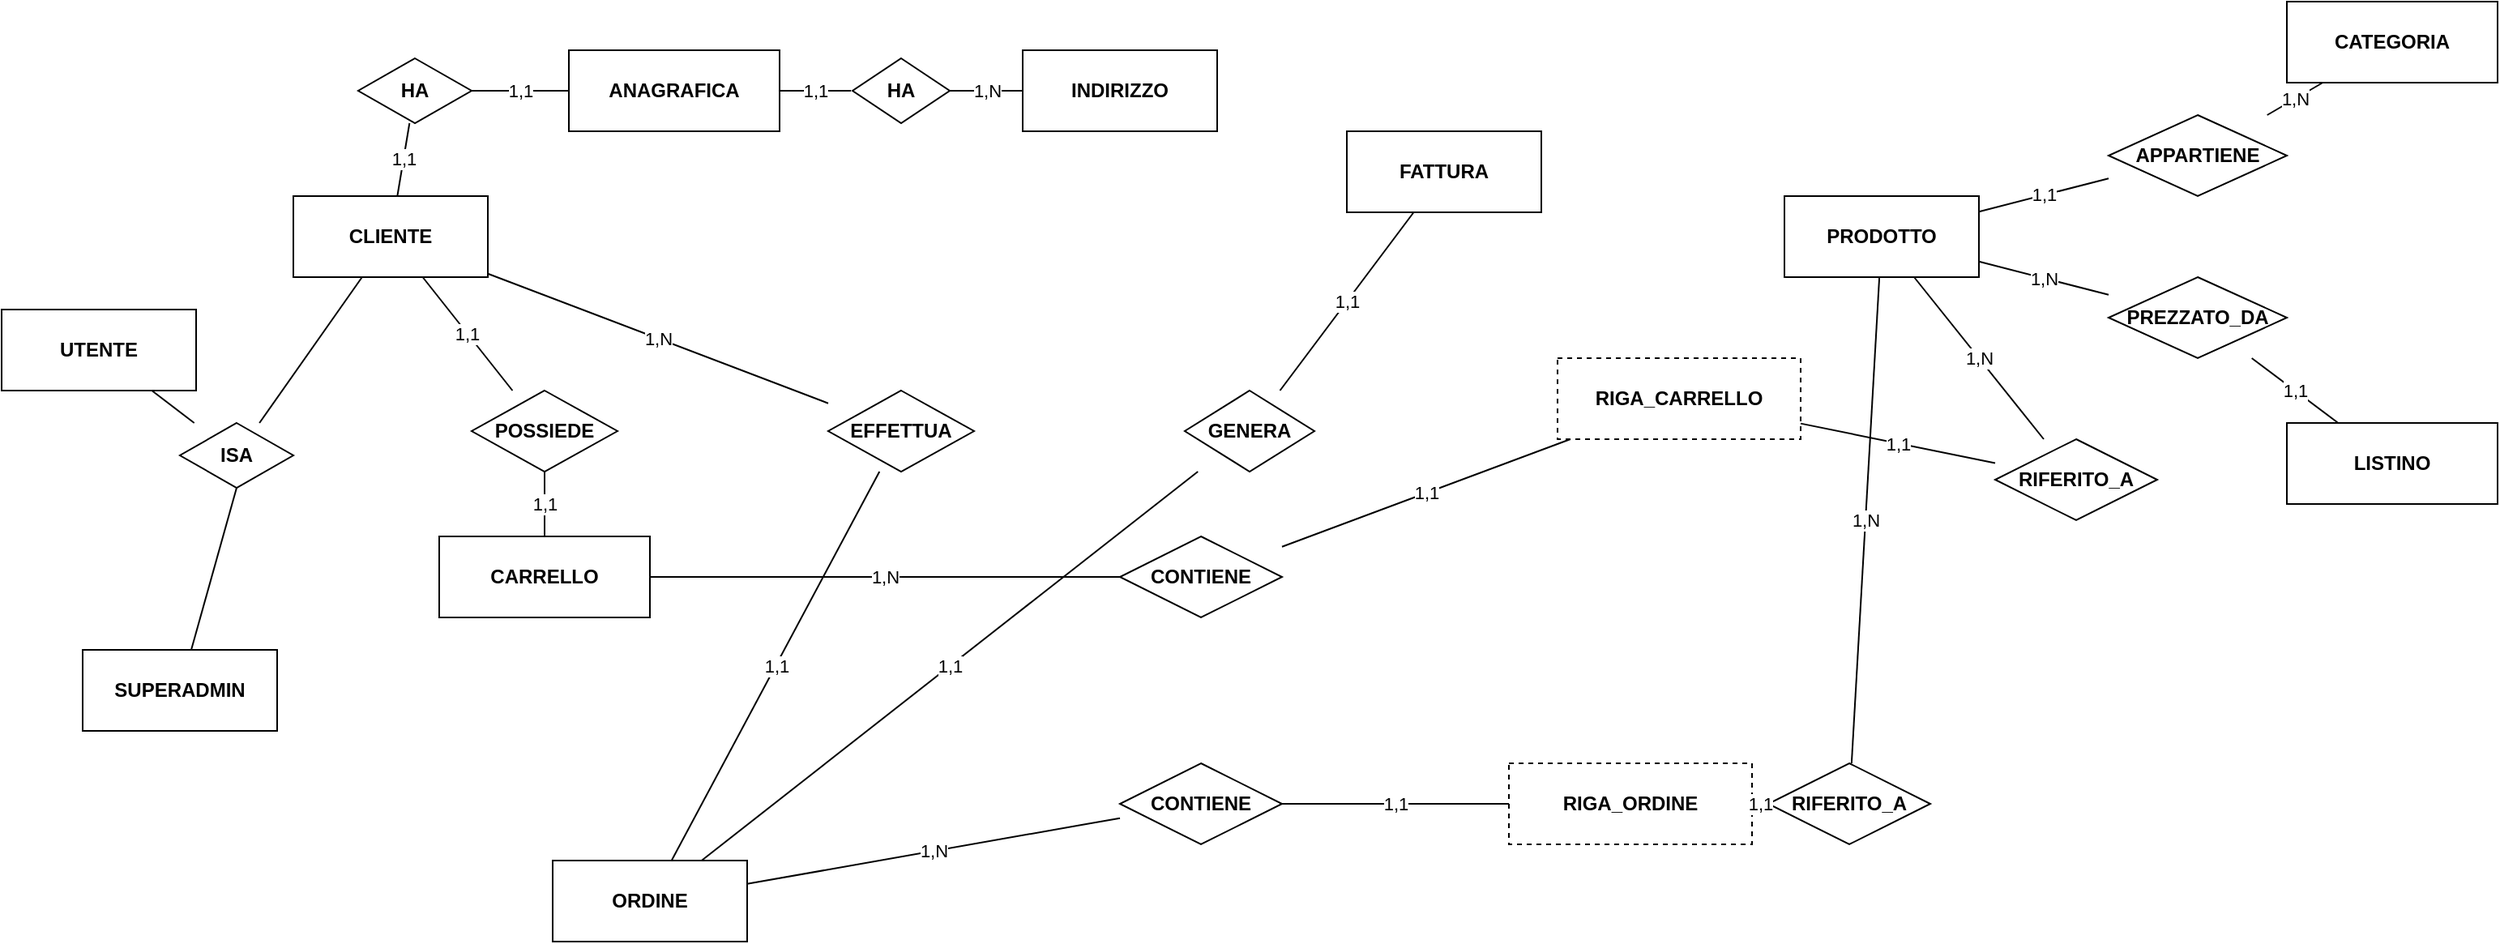
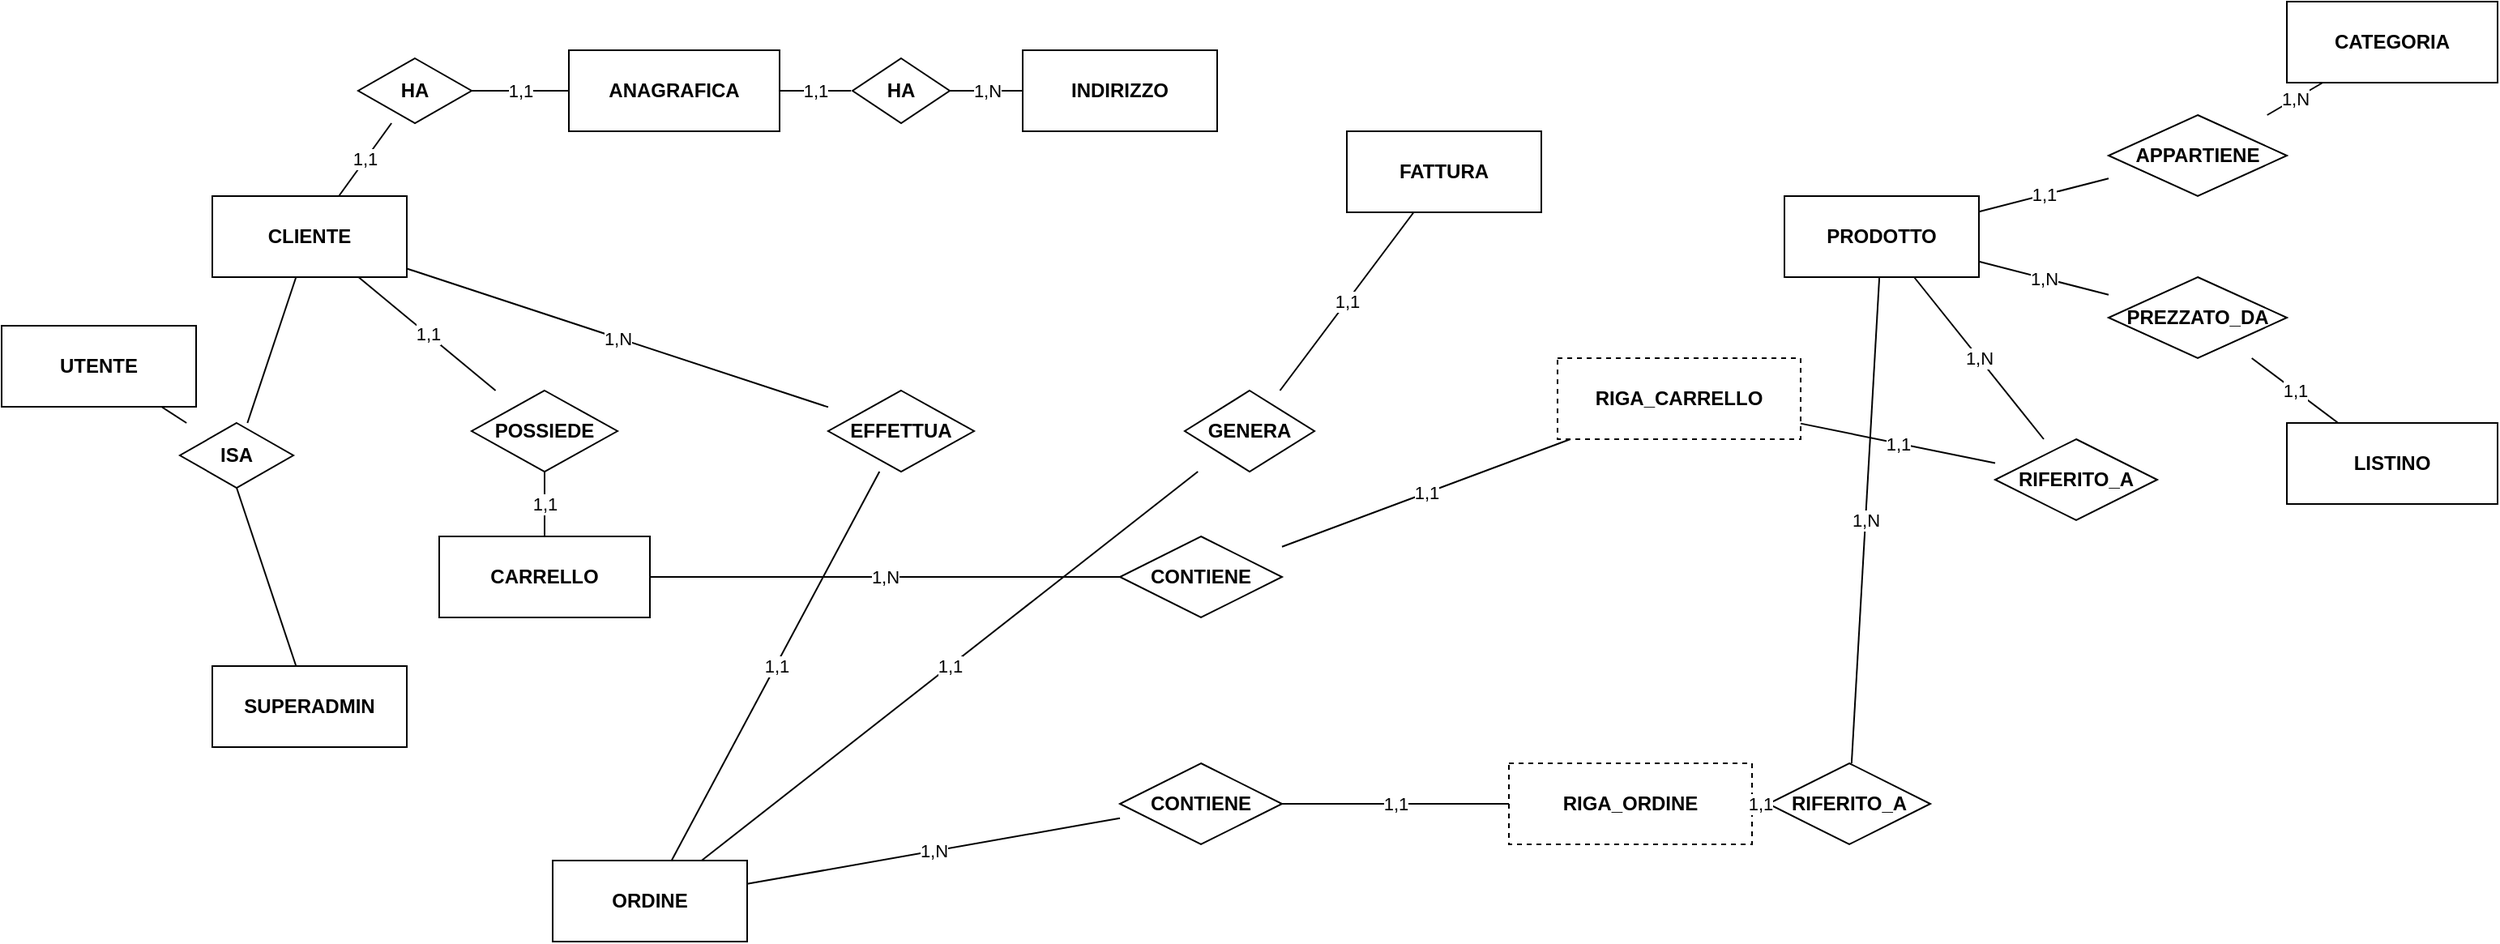
- <mxfile scale="1" border="0"><diagram name="Ecommerce Chen Model" id="0"><mxGraphModel dx="1050" dy="587" grid="1" gridSize="10" guides="1" tooltips="1" connect="1" arrows="1" fold="1" page="1" pageScale="1" pageWidth="1600" pageHeight="1000" math="0" shadow="0"><root><mxCell id="0"/><mxCell id="1" parent="0"/><mxCell id="utente" value="UTENTE" style="shape=rectangle;whiteSpace=wrap;html=1;rounded=0;fontStyle=1;" parent="1" vertex="1"><mxGeometry x="30" y="220" width="120" height="50" as="geometry"/></mxCell><mxCell id="cliente" value="CLIENTE" style="shape=rectangle;whiteSpace=wrap;html=1;rounded=0;fontStyle=1;" parent="1" vertex="1"><mxGeometry x="210" y="150" width="120" height="50" as="geometry"/></mxCell><mxCell id="superadmin" value="SUPERADMIN" style="shape=rectangle;whiteSpace=wrap;html=1;rounded=0;fontStyle=1;" parent="1" vertex="1"><mxGeometry x="80" y="430" width="120" height="50" as="geometry"/></mxCell><mxCell id="anagrafica" value="ANAGRAFICA" style="shape=rectangle;whiteSpace=wrap;html=1;rounded=0;fontStyle=1;" parent="1" vertex="1"><mxGeometry x="380" y="60" width="130" height="50" as="geometry"/></mxCell><mxCell id="indirizzo" value="INDIRIZZO" style="shape=rectangle;whiteSpace=wrap;html=1;rounded=0;fontStyle=1;" parent="1" vertex="1"><mxGeometry x="660" y="60" width="120" height="50" as="geometry"/></mxCell><mxCell id="carrello" value="CARRELLO" style="shape=rectangle;whiteSpace=wrap;html=1;rounded=0;fontStyle=1;" parent="1" vertex="1"><mxGeometry x="300" y="360" width="130" height="50" as="geometry"/></mxCell><mxCell id="ordine" value="ORDINE" style="shape=rectangle;whiteSpace=wrap;html=1;rounded=0;fontStyle=1;" parent="1" vertex="1"><mxGeometry x="370" y="560" width="120" height="50" as="geometry"/></mxCell><mxCell id="fattura" value="FATTURA" style="shape=rectangle;whiteSpace=wrap;html=1;rounded=0;fontStyle=1;" parent="1" vertex="1"><mxGeometry x="860" y="110" width="120" height="50" as="geometry"/></mxCell><mxCell id="prodotto" value="PRODOTTO" style="shape=rectangle;whiteSpace=wrap;html=1;rounded=0;fontStyle=1;" parent="1" vertex="1"><mxGeometry x="1130" y="150" width="120" height="50" as="geometry"/></mxCell><mxCell id="categoria" value="CATEGORIA" style="shape=rectangle;whiteSpace=wrap;html=1;rounded=0;fontStyle=1;" parent="1" vertex="1"><mxGeometry x="1440" y="30" width="130" height="50" as="geometry"/></mxCell><mxCell id="listino" value="LISTINO" style="shape=rectangle;whiteSpace=wrap;html=1;rounded=0;fontStyle=1;" parent="1" vertex="1"><mxGeometry x="1440" y="290" width="130" height="50" as="geometry"/></mxCell><mxCell id="rigacarrello" value="RIGA_CARRELLO" style="shape=rectangle;whiteSpace=wrap;html=1;rounded=0;fontStyle=1;dashed=1;" parent="1" vertex="1"><mxGeometry x="990" y="250" width="150" height="50" as="geometry"/></mxCell><mxCell id="rigaordine" value="RIGA_ORDINE" style="shape=rectangle;whiteSpace=wrap;html=1;rounded=0;fontStyle=1;dashed=1;" parent="1" vertex="1"><mxGeometry x="960" y="500" width="150" height="50" as="geometry"/></mxCell><mxCell id="r_is_a_cli" value="ISA" style="shape=rhombus;whiteSpace=wrap;html=1;fontStyle=1;" parent="1" vertex="1"><mxGeometry x="140" y="290" width="70" height="40" as="geometry"/></mxCell><mxCell id="r_has_anag" value="HA" style="shape=rhombus;whiteSpace=wrap;html=1;fontStyle=1;" parent="1" vertex="1"><mxGeometry x="250" y="65" width="70" height="40" as="geometry"/></mxCell><mxCell id="r_has_ind" value="HA" style="shape=rhombus;whiteSpace=wrap;html=1;fontStyle=1;" parent="1" vertex="1"><mxGeometry x="555" y="65" width="60" height="40" as="geometry"/></mxCell><mxCell id="r_possiede" value="POSSIEDE" style="shape=rhombus;whiteSpace=wrap;html=1;fontStyle=1;" parent="1" vertex="1"><mxGeometry x="320" y="270" width="90" height="50" as="geometry"/></mxCell><mxCell id="r_effettua" value="EFFETTUA" style="shape=rhombus;whiteSpace=wrap;html=1;fontStyle=1;" parent="1" vertex="1"><mxGeometry x="540" y="270" width="90" height="50" as="geometry"/></mxCell><mxCell id="r_genera" value="GENERA" style="shape=rhombus;whiteSpace=wrap;html=1;fontStyle=1;" parent="1" vertex="1"><mxGeometry x="760" y="270" width="80" height="50" as="geometry"/></mxCell><mxCell id="r_contiene_car" value="CONTIENE" style="shape=rhombus;whiteSpace=wrap;html=1;fontStyle=1;" parent="1" vertex="1"><mxGeometry x="720" y="360" width="100" height="50" as="geometry"/></mxCell><mxCell id="r_rif_car" value="RIFERITO_A" style="shape=rhombus;whiteSpace=wrap;html=1;fontStyle=1;" parent="1" vertex="1"><mxGeometry x="1260" y="300" width="100" height="50" as="geometry"/></mxCell><mxCell id="r_contiene_ord" value="CONTIENE" style="shape=rhombus;whiteSpace=wrap;html=1;fontStyle=1;" parent="1" vertex="1"><mxGeometry x="720" y="500" width="100" height="50" as="geometry"/></mxCell><mxCell id="r_rif_ord" value="RIFERITO_A" style="shape=rhombus;whiteSpace=wrap;html=1;fontStyle=1;" parent="1" vertex="1"><mxGeometry x="1120" y="500" width="100" height="50" as="geometry"/></mxCell><mxCell id="r_appartiene" value="APPARTIENE" style="shape=rhombus;whiteSpace=wrap;html=1;fontStyle=1;" parent="1" vertex="1"><mxGeometry x="1330" y="100" width="110" height="50" as="geometry"/></mxCell><mxCell id="r_prezzato" value="PREZZATO_DA" style="shape=rhombus;whiteSpace=wrap;html=1;fontStyle=1;" parent="1" vertex="1"><mxGeometry x="1330" y="200" width="110" height="50" as="geometry"/></mxCell><mxCell id="e1" style="endArrow=none;html=1;" parent="1" source="utente" target="r_is_a_cli" edge="1"><mxGeometry relative="1" as="geometry"/></mxCell><mxCell id="e2" style="endArrow=none;html=1;" parent="1" source="r_is_a_cli" target="cliente" edge="1"><mxGeometry relative="1" as="geometry"/></mxCell><mxCell id="e4" style="endArrow=none;html=1;exitX=0.5;exitY=1;exitDx=0;exitDy=0;" parent="1" source="r_is_a_cli" target="superadmin" edge="1"><mxGeometry relative="1" as="geometry"><mxPoint x="124.09090909090924" y="420" as="sourcePoint"/></mxGeometry></mxCell><mxCell id="e5" value="1,1" style="endArrow=none;html=1;labelBackgroundColor=#ffffff;" parent="1" source="cliente" target="r_has_anag" edge="1"><mxGeometry relative="1" as="geometry"/></mxCell><mxCell id="e6" value="1,1" style="endArrow=none;html=1;labelBackgroundColor=#ffffff;" parent="1" source="r_has_anag" target="anagrafica" edge="1"><mxGeometry relative="1" as="geometry"/></mxCell><mxCell id="e7" value="1,1" style="endArrow=none;html=1;labelBackgroundColor=#ffffff;exitX=1;exitY=0.5;exitDx=0;exitDy=0;" parent="1" source="anagrafica" edge="1"><mxGeometry relative="1" as="geometry"><mxPoint x="509" y="85" as="sourcePoint"/><mxPoint x="554" y="85" as="targetPoint"/></mxGeometry></mxCell><mxCell id="e8" value="1,N" style="endArrow=none;html=1;labelBackgroundColor=#ffffff;" parent="1" source="r_has_ind" target="indirizzo" edge="1"><mxGeometry relative="1" as="geometry"/></mxCell><mxCell id="e9" value="1,1" style="endArrow=none;html=1;labelBackgroundColor=#ffffff;" parent="1" source="cliente" target="r_possiede" edge="1"><mxGeometry relative="1" as="geometry"/></mxCell><mxCell id="e10" value="1,1" style="endArrow=none;html=1;labelBackgroundColor=#ffffff;" parent="1" source="r_possiede" target="carrello" edge="1"><mxGeometry relative="1" as="geometry"/></mxCell><mxCell id="e11" value="1,N" style="endArrow=none;html=1;labelBackgroundColor=#ffffff;" parent="1" source="cliente" target="r_effettua" edge="1"><mxGeometry relative="1" as="geometry"/></mxCell><mxCell id="e12" value="1,1" style="endArrow=none;html=1;labelBackgroundColor=#ffffff;" parent="1" source="r_effettua" target="ordine" edge="1"><mxGeometry relative="1" as="geometry"/></mxCell><mxCell id="e13" value="1,1" style="endArrow=none;html=1;labelBackgroundColor=#ffffff;" parent="1" source="ordine" target="r_genera" edge="1"><mxGeometry relative="1" as="geometry"/></mxCell><mxCell id="e14" value="1,1" style="endArrow=none;html=1;labelBackgroundColor=#ffffff;" parent="1" source="r_genera" target="fattura" edge="1"><mxGeometry relative="1" as="geometry"/></mxCell><mxCell id="e15" value="1,N" style="endArrow=none;html=1;labelBackgroundColor=#ffffff;" parent="1" source="carrello" target="r_contiene_car" edge="1"><mxGeometry relative="1" as="geometry"/></mxCell><mxCell id="e16" value="1,1" style="endArrow=none;html=1;labelBackgroundColor=#ffffff;" parent="1" source="r_contiene_car" target="rigacarrello" edge="1"><mxGeometry relative="1" as="geometry"/></mxCell><mxCell id="e17" value="1,N" style="endArrow=none;html=1;labelBackgroundColor=#ffffff;" parent="1" source="prodotto" target="r_rif_car" edge="1"><mxGeometry relative="1" as="geometry"/></mxCell><mxCell id="e18" value="1,1" style="endArrow=none;html=1;labelBackgroundColor=#ffffff;" parent="1" source="r_rif_car" target="rigacarrello" edge="1"><mxGeometry relative="1" as="geometry"/></mxCell><mxCell id="e19" value="1,N" style="endArrow=none;html=1;labelBackgroundColor=#ffffff;" parent="1" source="ordine" target="r_contiene_ord" edge="1"><mxGeometry relative="1" as="geometry"/></mxCell><mxCell id="e20" value="1,1" style="endArrow=none;html=1;labelBackgroundColor=#ffffff;" parent="1" source="r_contiene_ord" target="rigaordine" edge="1"><mxGeometry relative="1" as="geometry"/></mxCell><mxCell id="e21" value="1,N" style="endArrow=none;html=1;labelBackgroundColor=#ffffff;" parent="1" source="prodotto" target="r_rif_ord" edge="1"><mxGeometry relative="1" as="geometry"/></mxCell><mxCell id="e22" value="1,1" style="endArrow=none;html=1;labelBackgroundColor=#ffffff;" parent="1" source="r_rif_ord" target="rigaordine" edge="1"><mxGeometry relative="1" as="geometry"/></mxCell><mxCell id="e23" value="1,N" style="endArrow=none;html=1;labelBackgroundColor=#ffffff;" parent="1" source="categoria" target="r_appartiene" edge="1"><mxGeometry relative="1" as="geometry"/></mxCell><mxCell id="e24" value="1,1" style="endArrow=none;html=1;labelBackgroundColor=#ffffff;" parent="1" source="r_appartiene" target="prodotto" edge="1"><mxGeometry relative="1" as="geometry"/></mxCell><mxCell id="e25" value="1,N" style="endArrow=none;html=1;labelBackgroundColor=#ffffff;" parent="1" source="prodotto" target="r_prezzato" edge="1"><mxGeometry relative="1" as="geometry"/></mxCell><mxCell id="e26" value="1,1" style="endArrow=none;html=1;labelBackgroundColor=#ffffff;" parent="1" source="r_prezzato" target="listino" edge="1"><mxGeometry relative="1" as="geometry"/></mxCell></root></mxGraphModel></diagram></mxfile>+ <mxfile host="Electron">
+   <diagram name="Ecommerce Chen Model" id="0">
+     <mxGraphModel dx="1873" dy="1169" grid="1" gridSize="10" guides="1" tooltips="1" connect="1" arrows="1" fold="1" page="1" pageScale="1" pageWidth="1600" pageHeight="1000" math="0" shadow="0">
+       <root>
+         <mxCell id="0" />
+         <mxCell id="1" parent="0" />
+         <mxCell id="utente" parent="1" style="shape=rectangle;whiteSpace=wrap;html=1;rounded=0;fontStyle=1;" value="UTENTE" vertex="1">
+           <mxGeometry height="50" width="120" x="30" y="410" as="geometry" />
+         </mxCell>
+         <mxCell id="cliente" parent="1" style="shape=rectangle;whiteSpace=wrap;html=1;rounded=0;fontStyle=1;" value="CLIENTE" vertex="1">
+           <mxGeometry height="50" width="120" x="160" y="330" as="geometry" />
+         </mxCell>
+         <mxCell id="superadmin" parent="1" style="shape=rectangle;whiteSpace=wrap;html=1;rounded=0;fontStyle=1;" value="SUPERADMIN" vertex="1">
+           <mxGeometry height="50" width="120" x="160" y="620" as="geometry" />
+         </mxCell>
+         <mxCell id="anagrafica" parent="1" style="shape=rectangle;whiteSpace=wrap;html=1;rounded=0;fontStyle=1;" value="ANAGRAFICA" vertex="1">
+           <mxGeometry height="50" width="130" x="380" y="240" as="geometry" />
+         </mxCell>
+         <mxCell id="indirizzo" parent="1" style="shape=rectangle;whiteSpace=wrap;html=1;rounded=0;fontStyle=1;" value="INDIRIZZO" vertex="1">
+           <mxGeometry height="50" width="120" x="660" y="240" as="geometry" />
+         </mxCell>
+         <mxCell id="carrello" parent="1" style="shape=rectangle;whiteSpace=wrap;html=1;rounded=0;fontStyle=1;" value="CARRELLO" vertex="1">
+           <mxGeometry height="50" width="130" x="300" y="540" as="geometry" />
+         </mxCell>
+         <mxCell id="ordine" parent="1" style="shape=rectangle;whiteSpace=wrap;html=1;rounded=0;fontStyle=1;" value="ORDINE" vertex="1">
+           <mxGeometry height="50" width="120" x="370" y="740" as="geometry" />
+         </mxCell>
+         <mxCell id="fattura" parent="1" style="shape=rectangle;whiteSpace=wrap;html=1;rounded=0;fontStyle=1;" value="FATTURA" vertex="1">
+           <mxGeometry height="50" width="120" x="860" y="290" as="geometry" />
+         </mxCell>
+         <mxCell id="prodotto" parent="1" style="shape=rectangle;whiteSpace=wrap;html=1;rounded=0;fontStyle=1;" value="PRODOTTO" vertex="1">
+           <mxGeometry height="50" width="120" x="1130" y="330" as="geometry" />
+         </mxCell>
+         <mxCell id="categoria" parent="1" style="shape=rectangle;whiteSpace=wrap;html=1;rounded=0;fontStyle=1;" value="CATEGORIA" vertex="1">
+           <mxGeometry height="50" width="130" x="1440" y="210" as="geometry" />
+         </mxCell>
+         <mxCell id="listino" parent="1" style="shape=rectangle;whiteSpace=wrap;html=1;rounded=0;fontStyle=1;" value="LISTINO" vertex="1">
+           <mxGeometry height="50" width="130" x="1440" y="470" as="geometry" />
+         </mxCell>
+         <mxCell id="rigacarrello" parent="1" style="shape=rectangle;whiteSpace=wrap;html=1;rounded=0;fontStyle=1;dashed=1;" value="RIGA_CARRELLO" vertex="1">
+           <mxGeometry height="50" width="150" x="990" y="430" as="geometry" />
+         </mxCell>
+         <mxCell id="rigaordine" parent="1" style="shape=rectangle;whiteSpace=wrap;html=1;rounded=0;fontStyle=1;dashed=1;" value="RIGA_ORDINE" vertex="1">
+           <mxGeometry height="50" width="150" x="960" y="680" as="geometry" />
+         </mxCell>
+         <mxCell id="r_is_a_cli" parent="1" style="shape=rhombus;whiteSpace=wrap;html=1;fontStyle=1;" value="ISA" vertex="1">
+           <mxGeometry height="40" width="70" x="140" y="470" as="geometry" />
+         </mxCell>
+         <mxCell id="r_has_anag" parent="1" style="shape=rhombus;whiteSpace=wrap;html=1;fontStyle=1;" value="HA" vertex="1">
+           <mxGeometry height="40" width="70" x="250" y="245" as="geometry" />
+         </mxCell>
+         <mxCell id="r_has_ind" parent="1" style="shape=rhombus;whiteSpace=wrap;html=1;fontStyle=1;" value="HA" vertex="1">
+           <mxGeometry height="40" width="60" x="555" y="245" as="geometry" />
+         </mxCell>
+         <mxCell id="r_possiede" parent="1" style="shape=rhombus;whiteSpace=wrap;html=1;fontStyle=1;" value="POSSIEDE" vertex="1">
+           <mxGeometry height="50" width="90" x="320" y="450" as="geometry" />
+         </mxCell>
+         <mxCell id="r_effettua" parent="1" style="shape=rhombus;whiteSpace=wrap;html=1;fontStyle=1;" value="EFFETTUA" vertex="1">
+           <mxGeometry height="50" width="90" x="540" y="450" as="geometry" />
+         </mxCell>
+         <mxCell id="r_genera" parent="1" style="shape=rhombus;whiteSpace=wrap;html=1;fontStyle=1;" value="GENERA" vertex="1">
+           <mxGeometry height="50" width="80" x="760" y="450" as="geometry" />
+         </mxCell>
+         <mxCell id="r_contiene_car" parent="1" style="shape=rhombus;whiteSpace=wrap;html=1;fontStyle=1;" value="CONTIENE" vertex="1">
+           <mxGeometry height="50" width="100" x="720" y="540" as="geometry" />
+         </mxCell>
+         <mxCell id="r_rif_car" parent="1" style="shape=rhombus;whiteSpace=wrap;html=1;fontStyle=1;" value="RIFERITO_A" vertex="1">
+           <mxGeometry height="50" width="100" x="1260" y="480" as="geometry" />
+         </mxCell>
+         <mxCell id="r_contiene_ord" parent="1" style="shape=rhombus;whiteSpace=wrap;html=1;fontStyle=1;" value="CONTIENE" vertex="1">
+           <mxGeometry height="50" width="100" x="720" y="680" as="geometry" />
+         </mxCell>
+         <mxCell id="r_rif_ord" parent="1" style="shape=rhombus;whiteSpace=wrap;html=1;fontStyle=1;" value="RIFERITO_A" vertex="1">
+           <mxGeometry height="50" width="100" x="1120" y="680" as="geometry" />
+         </mxCell>
+         <mxCell id="r_appartiene" parent="1" style="shape=rhombus;whiteSpace=wrap;html=1;fontStyle=1;" value="APPARTIENE" vertex="1">
+           <mxGeometry height="50" width="110" x="1330" y="280" as="geometry" />
+         </mxCell>
+         <mxCell id="r_prezzato" parent="1" style="shape=rhombus;whiteSpace=wrap;html=1;fontStyle=1;" value="PREZZATO_DA" vertex="1">
+           <mxGeometry height="50" width="110" x="1330" y="380" as="geometry" />
+         </mxCell>
+         <mxCell id="e1" edge="1" parent="1" source="utente" style="endArrow=none;html=1;" target="r_is_a_cli">
+           <mxGeometry relative="1" as="geometry" />
+         </mxCell>
+         <mxCell id="e2" edge="1" parent="1" source="r_is_a_cli" style="endArrow=none;html=1;" target="cliente">
+           <mxGeometry relative="1" as="geometry" />
+         </mxCell>
+         <mxCell id="e4" edge="1" parent="1" source="r_is_a_cli" style="endArrow=none;html=1;exitX=0.5;exitY=1;exitDx=0;exitDy=0;" target="superadmin">
+           <mxGeometry relative="1" as="geometry">
+             <mxPoint x="124.09090909090924" y="600" as="sourcePoint" />
+           </mxGeometry>
+         </mxCell>
+         <mxCell id="e5" edge="1" parent="1" source="cliente" style="endArrow=none;html=1;labelBackgroundColor=#ffffff;" target="r_has_anag" value="1,1">
+           <mxGeometry relative="1" as="geometry" />
+         </mxCell>
+         <mxCell id="e6" edge="1" parent="1" source="r_has_anag" style="endArrow=none;html=1;labelBackgroundColor=#ffffff;" target="anagrafica" value="1,1">
+           <mxGeometry relative="1" as="geometry" />
+         </mxCell>
+         <mxCell id="e7" edge="1" parent="1" source="anagrafica" style="endArrow=none;html=1;labelBackgroundColor=#ffffff;exitX=1;exitY=0.5;exitDx=0;exitDy=0;" value="1,1">
+           <mxGeometry relative="1" as="geometry">
+             <mxPoint x="509" y="265" as="sourcePoint" />
+             <mxPoint x="554" y="265" as="targetPoint" />
+           </mxGeometry>
+         </mxCell>
+         <mxCell id="e8" edge="1" parent="1" source="r_has_ind" style="endArrow=none;html=1;labelBackgroundColor=#ffffff;" target="indirizzo" value="1,N">
+           <mxGeometry relative="1" as="geometry" />
+         </mxCell>
+         <mxCell id="e9" edge="1" parent="1" source="cliente" style="endArrow=none;html=1;labelBackgroundColor=#ffffff;" target="r_possiede" value="1,1">
+           <mxGeometry relative="1" as="geometry" />
+         </mxCell>
+         <mxCell id="e10" edge="1" parent="1" source="r_possiede" style="endArrow=none;html=1;labelBackgroundColor=#ffffff;" target="carrello" value="1,1">
+           <mxGeometry relative="1" as="geometry" />
+         </mxCell>
+         <mxCell id="e11" edge="1" parent="1" source="cliente" style="endArrow=none;html=1;labelBackgroundColor=#ffffff;" target="r_effettua" value="1,N">
+           <mxGeometry relative="1" as="geometry" />
+         </mxCell>
+         <mxCell id="e12" edge="1" parent="1" source="r_effettua" style="endArrow=none;html=1;labelBackgroundColor=#ffffff;" target="ordine" value="1,1">
+           <mxGeometry relative="1" as="geometry" />
+         </mxCell>
+         <mxCell id="e13" edge="1" parent="1" source="ordine" style="endArrow=none;html=1;labelBackgroundColor=#ffffff;" target="r_genera" value="1,1">
+           <mxGeometry relative="1" as="geometry" />
+         </mxCell>
+         <mxCell id="e14" edge="1" parent="1" source="r_genera" style="endArrow=none;html=1;labelBackgroundColor=#ffffff;" target="fattura" value="1,1">
+           <mxGeometry relative="1" as="geometry" />
+         </mxCell>
+         <mxCell id="e15" edge="1" parent="1" source="carrello" style="endArrow=none;html=1;labelBackgroundColor=#ffffff;" target="r_contiene_car" value="1,N">
+           <mxGeometry relative="1" as="geometry" />
+         </mxCell>
+         <mxCell id="e16" edge="1" parent="1" source="r_contiene_car" style="endArrow=none;html=1;labelBackgroundColor=#ffffff;" target="rigacarrello" value="1,1">
+           <mxGeometry relative="1" as="geometry" />
+         </mxCell>
+         <mxCell id="e17" edge="1" parent="1" source="prodotto" style="endArrow=none;html=1;labelBackgroundColor=#ffffff;" target="r_rif_car" value="1,N">
+           <mxGeometry relative="1" as="geometry" />
+         </mxCell>
+         <mxCell id="e18" edge="1" parent="1" source="r_rif_car" style="endArrow=none;html=1;labelBackgroundColor=#ffffff;" target="rigacarrello" value="1,1">
+           <mxGeometry relative="1" as="geometry" />
+         </mxCell>
+         <mxCell id="e19" edge="1" parent="1" source="ordine" style="endArrow=none;html=1;labelBackgroundColor=#ffffff;" target="r_contiene_ord" value="1,N">
+           <mxGeometry relative="1" as="geometry" />
+         </mxCell>
+         <mxCell id="e20" edge="1" parent="1" source="r_contiene_ord" style="endArrow=none;html=1;labelBackgroundColor=#ffffff;" target="rigaordine" value="1,1">
+           <mxGeometry relative="1" as="geometry" />
+         </mxCell>
+         <mxCell id="e21" edge="1" parent="1" source="prodotto" style="endArrow=none;html=1;labelBackgroundColor=#ffffff;" target="r_rif_ord" value="1,N">
+           <mxGeometry relative="1" as="geometry" />
+         </mxCell>
+         <mxCell id="e22" edge="1" parent="1" source="r_rif_ord" style="endArrow=none;html=1;labelBackgroundColor=#ffffff;" target="rigaordine" value="1,1">
+           <mxGeometry relative="1" as="geometry" />
+         </mxCell>
+         <mxCell id="e23" edge="1" parent="1" source="categoria" style="endArrow=none;html=1;labelBackgroundColor=#ffffff;" target="r_appartiene" value="1,N">
+           <mxGeometry relative="1" as="geometry" />
+         </mxCell>
+         <mxCell id="e24" edge="1" parent="1" source="r_appartiene" style="endArrow=none;html=1;labelBackgroundColor=#ffffff;" target="prodotto" value="1,1">
+           <mxGeometry relative="1" as="geometry" />
+         </mxCell>
+         <mxCell id="e25" edge="1" parent="1" source="prodotto" style="endArrow=none;html=1;labelBackgroundColor=#ffffff;" target="r_prezzato" value="1,N">
+           <mxGeometry relative="1" as="geometry" />
+         </mxCell>
+         <mxCell id="e26" edge="1" parent="1" source="r_prezzato" style="endArrow=none;html=1;labelBackgroundColor=#ffffff;" target="listino" value="1,1">
+           <mxGeometry relative="1" as="geometry" />
+         </mxCell>
+       </root>
+     </mxGraphModel>
+   </diagram>
+ </mxfile>
